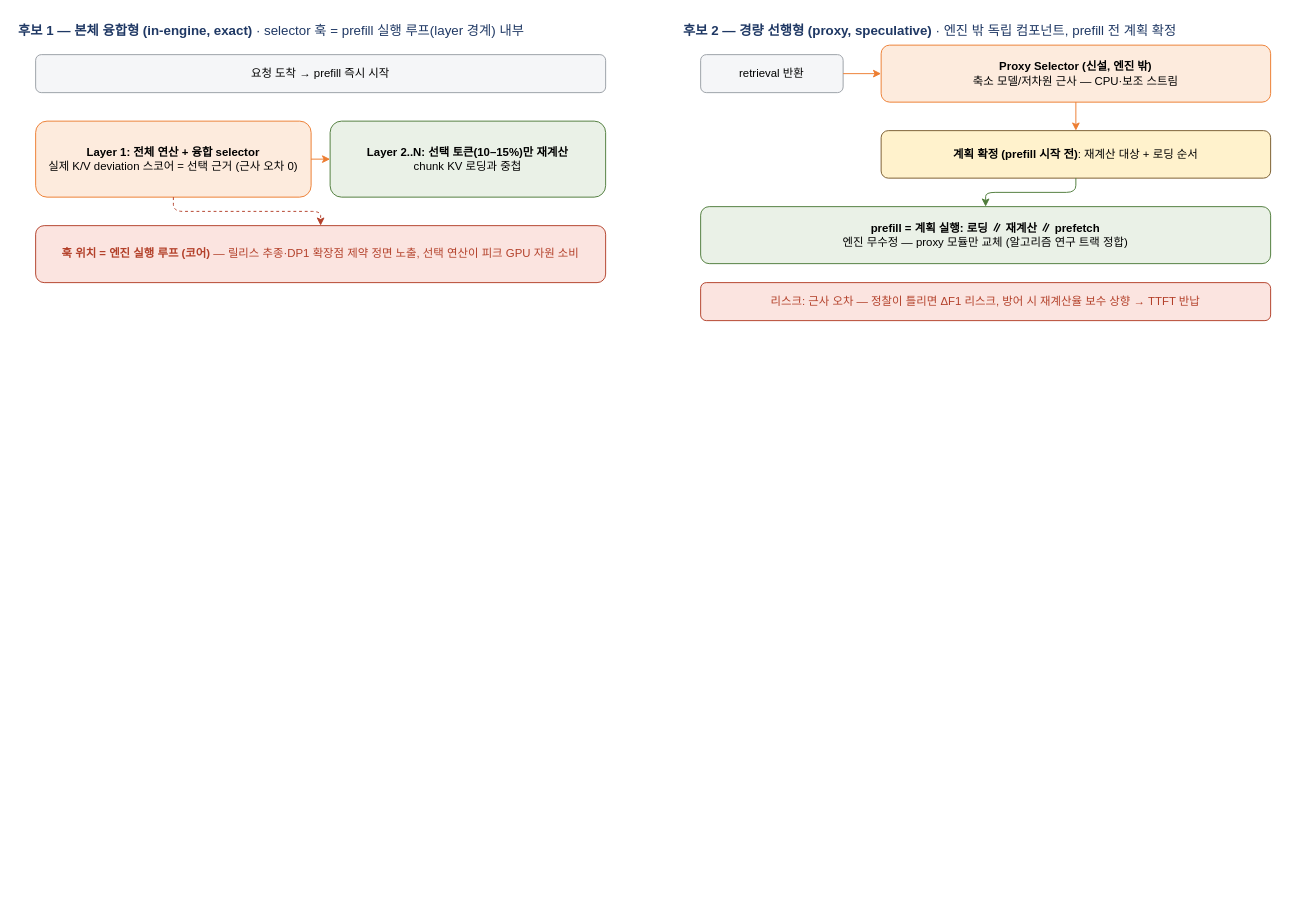
Above: diagrams/kv_dp3_candidates.drawio in mkim0628/architect (draw.io), before the change. Source tidied: cells renumbered, new cells numbered last; positions are measured from the earlier drawing's top-left corner, leaving out a move shared by most shapes. Both pictures are drawn from the tidied source at 95%, with x=0, y=0 at pixel (16, 16).
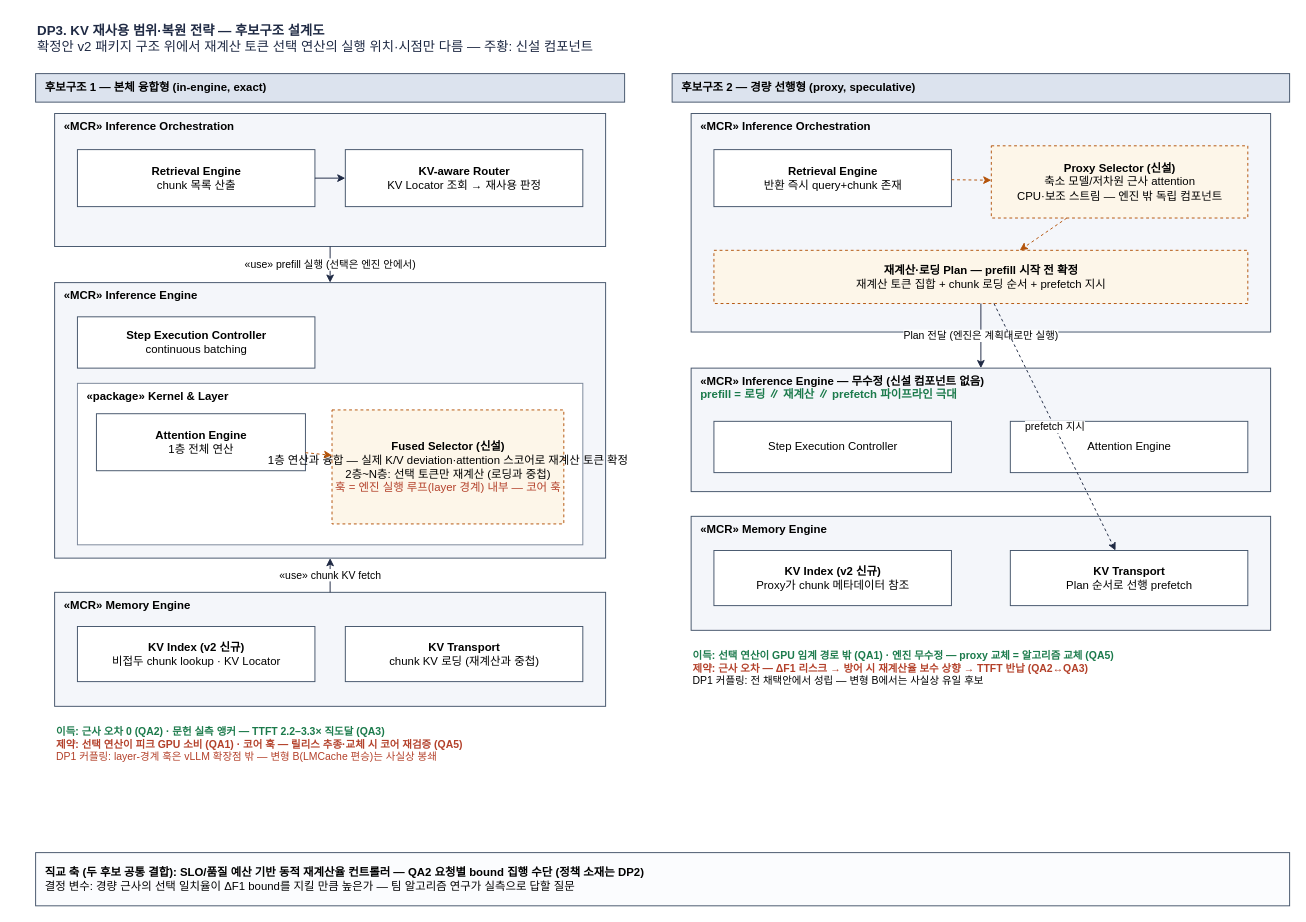
The same diagram, later.

The edit, as a diff of the source:
```diff
@@
-    <mxCell id="2" value="&lt;b&gt;후보 1 — 본체 융합형 (in-engine, exact)&lt;/b&gt; · selector 훅 = prefill 실행 루프(layer 경계) 내부" style="text;html=1;fontSize=14;fontColor=#1F3864;" parent="1" vertex="1">
-      <mxGeometry width="640" height="30" as="geometry" />
-    </mxCell>
-    <mxCell id="3" value="요청 도착 → prefill 즉시 시작" style="rounded=1;whiteSpace=wrap;html=1;fillColor=#F5F6F8;strokeColor=#9AA0A6;" parent="1" vertex="1">
-      <mxGeometry x="20" y="40" width="600" height="40" as="geometry" />
-    </mxCell>
-    <mxCell id="4" value="&lt;b&gt;Layer 1: 전체 연산 + 융합 selector&lt;/b&gt;&lt;br&gt;실제 K/V deviation 스코어 = 선택 근거 (근사 오차 0)" style="rounded=1;whiteSpace=wrap;html=1;fillColor=#FDEBDD;strokeColor=#ED7D31;" parent="1" vertex="1">
-      <mxGeometry x="20" y="110" width="290" height="80" as="geometry" />
-    </mxCell>
-    <mxCell id="5" value="&lt;b&gt;Layer 2..N: 선택 토큰(10–15%)만 재계산&lt;/b&gt;&lt;br&gt;chunk KV 로딩과 중첩" style="rounded=1;whiteSpace=wrap;html=1;fillColor=#EAF1E7;strokeColor=#4E7C3A;" parent="1" vertex="1">
-      <mxGeometry x="330" y="110" width="290" height="80" as="geometry" />
-    </mxCell>
-    <mxCell id="6" value="&lt;b&gt;훅 위치 = 엔진 실행 루프 (코어)&lt;/b&gt; — 릴리스 추종·DP1 확장점 제약 정면 노출, 선택 연산이 피크 GPU 자원 소비" style="rounded=1;whiteSpace=wrap;html=1;fillColor=#FBE4E0;strokeColor=#B3402A;fontColor=#B3402A;" parent="1" vertex="1">
-      <mxGeometry x="20" y="220" width="600" height="60" as="geometry" />
-    </mxCell>
-    <mxCell id="7" style="edgeStyle=orthogonalEdgeStyle;html=1;strokeColor=#ED7D31;" parent="1" edge="1" source="4" target="5">
-      <mxGeometry relative="1" as="geometry" />
-    </mxCell>
-    <mxCell id="8" style="edgeStyle=orthogonalEdgeStyle;html=1;dashed=1;strokeColor=#B3402A;" parent="1" edge="1" source="4" target="6">
-      <mxGeometry relative="1" as="geometry" />
-    </mxCell>
-    <mxCell id="9" value="&lt;b&gt;후보 2 — 경량 선행형 (proxy, speculative)&lt;/b&gt; · 엔진 밖 독립 컴포넌트, prefill 전 계획 확정" style="text;html=1;fontSize=14;fontColor=#1F3864;" parent="1" vertex="1">
-      <mxGeometry x="700" width="640" height="30" as="geometry" />
-    </mxCell>
+    <mxCell id="18" value="&lt;b&gt;DP3. KV 재사용 범위·복원 전략 — 후보구조 설계도&lt;/b&gt;&lt;br&gt;확정안 v2 패키지 구조 위에서 재계산 토큰 선택 연산의 실행 위치·시점만 다름 — 주황: 신설 컴포넌트" style="text;html=1;fontSize=14;fontColor=#1F2A44;" parent="1" vertex="1">
+      <mxGeometry x="20" width="900" height="46" as="geometry" />
+    </mxCell>
+    <mxCell id="19" value="&lt;b&gt;후보구조 1 — 본체 융합형 (in-engine, exact)&lt;/b&gt;" style="fillColor=#DCE3EE;strokeColor=#44546A;html=1;align=left;spacingLeft=8;" parent="1" vertex="1">
+      <mxGeometry x="20" y="60" width="620" height="30" as="geometry" />
+    </mxCell>
+    <mxCell id="20" value="«MCR» Inference Orchestration" style="rounded=0;html=1;fillColor=#F4F6FA;strokeColor=#44546A;verticalAlign=top;align=left;spacingLeft=8;fontStyle=1;" parent="1" vertex="1">
+      <mxGeometry x="40" y="102" width="580" height="140" as="geometry" />
+    </mxCell>
+    <mxCell id="21" value="&lt;b&gt;Retrieval Engine&lt;/b&gt;&lt;br&gt;chunk 목록 산출" style="html=1;fillColor=#FFFFFF;strokeColor=#44546A;" parent="1" vertex="1">
+      <mxGeometry x="64" y="140" width="250" height="60" as="geometry" />
+    </mxCell>
+    <mxCell id="22" value="&lt;b&gt;KV-aware Router&lt;/b&gt;&lt;br&gt;KV Locator 조회 → 재사용 판정" style="html=1;fillColor=#FFFFFF;strokeColor=#44546A;" parent="1" vertex="1">
+      <mxGeometry x="346" y="140" width="250" height="60" as="geometry" />
+    </mxCell>
+    <mxCell id="23" style="html=1;strokeColor=#1F2A44;" parent="1" edge="1" source="21" target="22">
+      <mxGeometry relative="1" as="geometry" />
+    </mxCell>
+    <mxCell id="24" value="«MCR» Inference Engine" style="rounded=0;html=1;fillColor=#F4F6FA;strokeColor=#44546A;verticalAlign=top;align=left;spacingLeft=8;fontStyle=1;" parent="1" vertex="1">
+      <mxGeometry x="40" y="280" width="580" height="290" as="geometry" />
+    </mxCell>
+    <mxCell id="25" value="&lt;b&gt;Step Execution Controller&lt;/b&gt;&lt;br&gt;continuous batching" style="html=1;fillColor=#FFFFFF;strokeColor=#44546A;" parent="1" vertex="1">
+      <mxGeometry x="64" y="316" width="250" height="54" as="geometry" />
+    </mxCell>
+    <mxCell id="26" value="«package» Kernel &amp; Layer" style="rounded=0;html=1;fillColor=#FFFFFF;strokeColor=#7A8699;verticalAlign=top;align=left;spacingLeft=8;fontStyle=1;" parent="1" vertex="1">
+      <mxGeometry x="64" y="386" width="532" height="170" as="geometry" />
+    </mxCell>
+    <mxCell id="27" value="&lt;b&gt;Attention Engine&lt;/b&gt;&lt;br&gt;1층 전체 연산" style="html=1;fillColor=#FFFFFF;strokeColor=#44546A;" parent="1" vertex="1">
+      <mxGeometry x="84" y="418" width="220" height="60" as="geometry" />
+    </mxCell>
+    <mxCell id="28" value="&lt;b&gt;Fused Selector (신설)&lt;/b&gt;&lt;br&gt;1층 연산과 융합 — 실제 K/V deviation·attention 스코어로 재계산 토큰 확정&lt;br&gt;2층~N층: 선택 토큰만 재계산 (로딩과 중첩)&lt;br&gt;&lt;font color=&quot;#B3402A&quot;&gt;훅 = 엔진 실행 루프(layer 경계) 내부 — 코어 훅&lt;/font&gt;" style="html=1;fillColor=#FDF6E9;strokeColor=#B45309;dashed=1;" parent="1" vertex="1">
+      <mxGeometry x="332" y="414" width="244" height="120" as="geometry" />
+    </mxCell>
+    <mxCell id="29" style="html=1;strokeColor=#B45309;dashed=1;" parent="1" edge="1" source="27" target="28">
+      <mxGeometry relative="1" as="geometry" />
+    </mxCell>
+    <mxCell id="30" value="«use» prefill 실행 (선택은 엔진 안에서)" style="html=1;strokeColor=#1F2A44;" parent="1" edge="1" source="20" target="24">
+      <mxGeometry relative="1" as="geometry" />
+    </mxCell>
+    <mxCell id="31" value="«MCR» Memory Engine" style="rounded=0;html=1;fillColor=#F4F6FA;strokeColor=#44546A;verticalAlign=top;align=left;spacingLeft=8;fontStyle=1;" parent="1" vertex="1">
+      <mxGeometry x="40" y="606" width="580" height="120" as="geometry" />
+    </mxCell>
+    <mxCell id="32" value="&lt;b&gt;KV Index (v2 신규)&lt;/b&gt;&lt;br&gt;비접두 chunk lookup · KV Locator" style="html=1;fillColor=#FFFFFF;strokeColor=#44546A;" parent="1" vertex="1">
+      <mxGeometry x="64" y="642" width="250" height="58" as="geometry" />
+    </mxCell>
+    <mxCell id="33" value="&lt;b&gt;KV Transport&lt;/b&gt;&lt;br&gt;chunk KV 로딩 (재계산과 중첩)" style="html=1;fillColor=#FFFFFF;strokeColor=#44546A;" parent="1" vertex="1">
+      <mxGeometry x="346" y="642" width="250" height="58" as="geometry" />
+    </mxCell>
+    <mxCell id="34" value="«use» chunk KV fetch" style="html=1;strokeColor=#1F2A44;" parent="1" edge="1" source="31" target="24">
+      <mxGeometry relative="1" as="geometry" />
+    </mxCell>
+    <mxCell id="35" value="&lt;font color=&quot;#1B7A4B&quot;&gt;&lt;b&gt;이득: 근사 오차 0 (QA2) · 문헌 실측 앵커 — TTFT 2.2–3.3× 직도달 (QA3)&lt;/b&gt;&lt;/font&gt;&lt;br&gt;&lt;font color=&quot;#B3402A&quot;&gt;&lt;b&gt;제약: 선택 연산이 피크 GPU 소비 (QA1) · 코어 훅 — 릴리스 추종·교체 시 코어 재검증 (QA5)&lt;/b&gt;&lt;br&gt;DP1 커플링: layer-경계 훅은 vLLM 확장점 밖 — 변형 B(LMCache 편승)는 사실상 봉쇄&lt;/font&gt;" style="text;html=1;fontSize=11;align=left;" parent="1" vertex="1">
+      <mxGeometry x="40" y="740" width="580" height="80" as="geometry" />
+    </mxCell>
+    <mxCell id="36" value="&lt;b&gt;후보구조 2 — 경량 선행형 (proxy, speculative)&lt;/b&gt;" style="fillColor=#DCE3EE;strokeColor=#44546A;html=1;align=left;spacingLeft=8;" parent="1" vertex="1">
+      <mxGeometry x="690" y="60" width="650" height="30" as="geometry" />
+    </mxCell>
+    <mxCell id="37" value="«MCR» Inference Orchestration" style="rounded=0;html=1;fillColor=#F4F6FA;strokeColor=#44546A;verticalAlign=top;align=left;spacingLeft=8;fontStyle=1;" parent="1" vertex="1">
+      <mxGeometry x="710" y="102" width="610" height="230" as="geometry" />
+    </mxCell>
-    <mxCell id="10" value="retrieval 반환" style="rounded=1;whiteSpace=wrap;html=1;fillColor=#F5F6F8;strokeColor=#9AA0A6;" parent="1" vertex="1">
-      <mxGeometry x="720" y="40" width="150" height="40" as="geometry" />
+    <mxCell id="10" value="&lt;b&gt;Retrieval Engine&lt;/b&gt;&lt;br&gt;반환 즉시 query+chunk 존재" style="html=1;fillColor=#FFFFFF;strokeColor=#44546A;" parent="1" vertex="1">
+      <mxGeometry x="734" y="140" width="250" height="60" as="geometry" />
     </mxCell>
-    <mxCell id="11" value="&lt;b&gt;Proxy Selector (신설, 엔진 밖)&lt;/b&gt;&lt;br&gt;축소 모델/저차원 근사 — CPU·보조 스트림" style="rounded=1;whiteSpace=wrap;html=1;fillColor=#FDEBDD;strokeColor=#ED7D31;" parent="1" vertex="1">
-      <mxGeometry x="910" y="30" width="410" height="60" as="geometry" />
+    <mxCell id="11" value="&lt;b&gt;Proxy Selector (신설)&lt;/b&gt;&lt;br&gt;축소 모델/저차원 근사 attention&lt;br&gt;CPU·보조 스트림 — 엔진 밖 독립 컴포넌트" style="html=1;fillColor=#FDF6E9;strokeColor=#B45309;dashed=1;" parent="1" vertex="1">
+      <mxGeometry x="1026" y="136" width="270" height="76" as="geometry" />
     </mxCell>
-    <mxCell id="12" value="&lt;b&gt;계획 확정 (prefill 시작 전)&lt;/b&gt;: 재계산 대상 + 로딩 순서" style="rounded=1;whiteSpace=wrap;html=1;fillColor=#FFF2CC;strokeColor=#7A5C2E;" parent="1" vertex="1">
-      <mxGeometry x="910" y="120" width="410" height="50" as="geometry" />
+    <mxCell id="12" value="&lt;b&gt;재계산·로딩 Plan — prefill 시작 전 확정&lt;/b&gt;&lt;br&gt;재계산 토큰 집합 + chunk 로딩 순서 + prefetch 지시" style="html=1;fillColor=#FDF6E9;strokeColor=#B45309;dashed=1;" parent="1" vertex="1">
+      <mxGeometry x="734" y="246" width="562" height="56" as="geometry" />
     </mxCell>
-    <mxCell id="13" value="&lt;b&gt;prefill = 계획 실행: 로딩 ∥ 재계산 ∥ prefetch&lt;/b&gt;&lt;br&gt;엔진 무수정 — proxy 모듈만 교체 (알고리즘 연구 트랙 정합)" style="rounded=1;whiteSpace=wrap;html=1;fillColor=#EAF1E7;strokeColor=#4E7C3A;" parent="1" vertex="1">
-      <mxGeometry x="720" y="200" width="600" height="60" as="geometry" />
-    </mxCell>
-    <mxCell id="14" value="리스크: 근사 오차 — 정찰이 틀리면 ΔF1 리스크, 방어 시 재계산율 보수 상향 → TTFT 반납" style="rounded=1;whiteSpace=wrap;html=1;fillColor=#FBE4E0;strokeColor=#B3402A;fontColor=#B3402A;" parent="1" vertex="1">
-      <mxGeometry x="720" y="280" width="600" height="40" as="geometry" />
-    </mxCell>
-    <mxCell id="15" style="edgeStyle=orthogonalEdgeStyle;html=1;strokeColor=#ED7D31;" parent="1" edge="1" source="10" target="11">
+    <mxCell id="15" style="html=1;strokeColor=#B45309;dashed=1;" parent="1" edge="1" source="10" target="11">
       <mxGeometry relative="1" as="geometry" />
     </mxCell>
-    <mxCell id="16" style="edgeStyle=orthogonalEdgeStyle;html=1;strokeColor=#ED7D31;" parent="1" edge="1" source="11" target="12">
+    <mxCell id="16" style="html=1;strokeColor=#B45309;dashed=1;" parent="1" edge="1" source="11" target="12">
       <mxGeometry relative="1" as="geometry" />
     </mxCell>
-    <mxCell id="17" style="edgeStyle=orthogonalEdgeStyle;html=1;strokeColor=#4E7C3A;" parent="1" edge="1" source="12" target="13">
-      <mxGeometry relative="1" as="geometry" />
-    </mxCell>
+    <mxCell id="38" value="«MCR» Inference Engine — 무수정 (신설 컴포넌트 없음)&lt;br&gt;&lt;font color=&quot;#1B7A4B&quot;&gt;prefill = 로딩 ∥ 재계산 ∥ prefetch 파이프라인 극대&lt;/font&gt;" style="rounded=0;html=1;fillColor=#F4F6FA;strokeColor=#44546A;verticalAlign=top;align=left;spacingLeft=8;fontStyle=1;" parent="1" vertex="1">
+      <mxGeometry x="710" y="370" width="610" height="130" as="geometry" />
+    </mxCell>
+    <mxCell id="39" value="Step Execution Controller" style="html=1;fillColor=#FFFFFF;strokeColor=#44546A;" parent="1" vertex="1">
+      <mxGeometry x="734" y="426" width="250" height="54" as="geometry" />
+    </mxCell>
+    <mxCell id="40" value="Attention Engine" style="html=1;fillColor=#FFFFFF;strokeColor=#44546A;" parent="1" vertex="1">
+      <mxGeometry x="1046" y="426" width="250" height="54" as="geometry" />
+    </mxCell>
+    <mxCell id="41" value="Plan 전달 (엔진은 계획대로만 실행)" style="html=1;strokeColor=#1F2A44;" parent="1" edge="1" source="12" target="38">
+      <mxGeometry relative="1" as="geometry" />
+    </mxCell>
+    <mxCell id="42" value="«MCR» Memory Engine" style="rounded=0;html=1;fillColor=#F4F6FA;strokeColor=#44546A;verticalAlign=top;align=left;spacingLeft=8;fontStyle=1;" parent="1" vertex="1">
+      <mxGeometry x="710" y="526" width="610" height="120" as="geometry" />
+    </mxCell>
+    <mxCell id="43" value="&lt;b&gt;KV Index (v2 신규)&lt;/b&gt;&lt;br&gt;Proxy가 chunk 메타데이터 참조" style="html=1;fillColor=#FFFFFF;strokeColor=#44546A;" parent="1" vertex="1">
+      <mxGeometry x="734" y="562" width="250" height="58" as="geometry" />
+    </mxCell>
+    <mxCell id="44" value="&lt;b&gt;KV Transport&lt;/b&gt;&lt;br&gt;Plan 순서로 선행 prefetch" style="html=1;fillColor=#FFFFFF;strokeColor=#44546A;" parent="1" vertex="1">
+      <mxGeometry x="1046" y="562" width="250" height="58" as="geometry" />
+    </mxCell>
+    <mxCell id="45" value="prefetch 지시" style="html=1;strokeColor=#1F2A44;dashed=1;" parent="1" edge="1" source="12" target="44">
+      <mxGeometry relative="1" as="geometry" />
+    </mxCell>
+    <mxCell id="46" value="&lt;font color=&quot;#1B7A4B&quot;&gt;&lt;b&gt;이득: 선택 연산이 GPU 임계 경로 밖 (QA1) · 엔진 무수정 — proxy 교체 = 알고리즘 교체 (QA5)&lt;/b&gt;&lt;/font&gt;&lt;br&gt;&lt;font color=&quot;#B3402A&quot;&gt;&lt;b&gt;제약: 근사 오차 — ΔF1 리스크 → 방어 시 재계산율 보수 상향 → TTFT 반납 (QA2↔QA3)&lt;/b&gt;&lt;/font&gt;&lt;br&gt;DP1 커플링: 전 채택안에서 성립 — 변형 B에서는 사실상 유일 후보" style="text;html=1;fontSize=11;align=left;" parent="1" vertex="1">
+      <mxGeometry x="710" y="660" width="610" height="80" as="geometry" />
+    </mxCell>
+    <mxCell id="47" value="&lt;b&gt;직교 축 (두 후보 공통 결합): SLO/품질 예산 기반 동적 재계산율 컨트롤러 — QA2 요청별 bound 집행 수단 (정책 소재는 DP2)&lt;/b&gt;&lt;br&gt;결정 변수: 경량 근사의 선택 일치율이 ΔF1 bound를 지킬 만큼 높은가 — 팀 알고리즘 연구가 실측으로 답할 질문" style="rounded=0;html=1;fillColor=#FBFCFE;strokeColor=#44546A;align=left;spacingLeft=8;" parent="1" vertex="1">
+      <mxGeometry x="20" y="880" width="1320" height="56" as="geometry" />
+    </mxCell>
```
